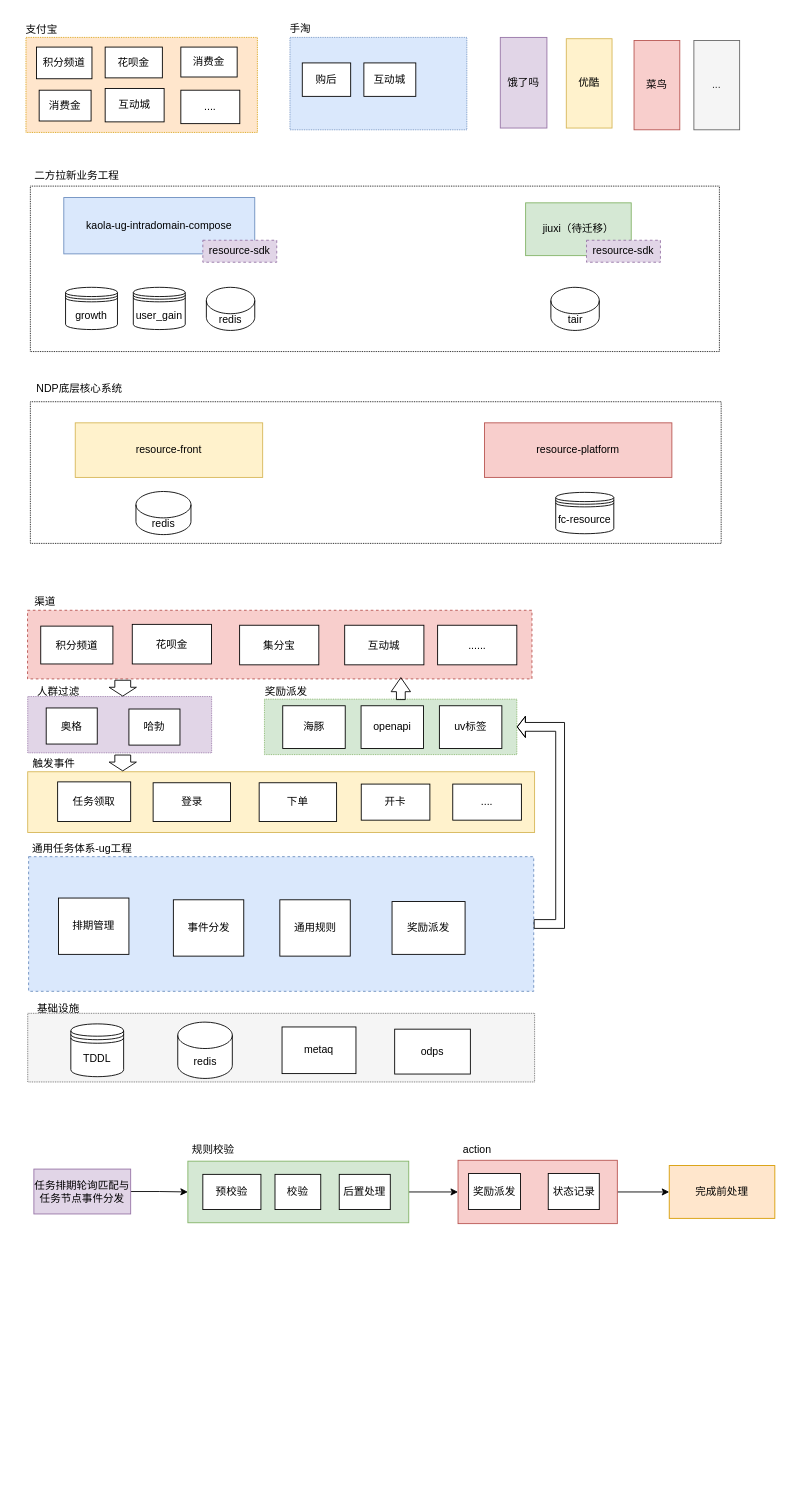
Earlier version of the draw.io diagram 二方拉新架构梳理.drawio (zengnm/diagrams). Source tidied: cells renumbered, new cells numbered last; positions are measured from the earlier drawing's top-left corner, leaving out a move shared by most shapes. Both pictures are drawn from the tidied source at 88%, with x=0, y=0 at pixel (15, 15).
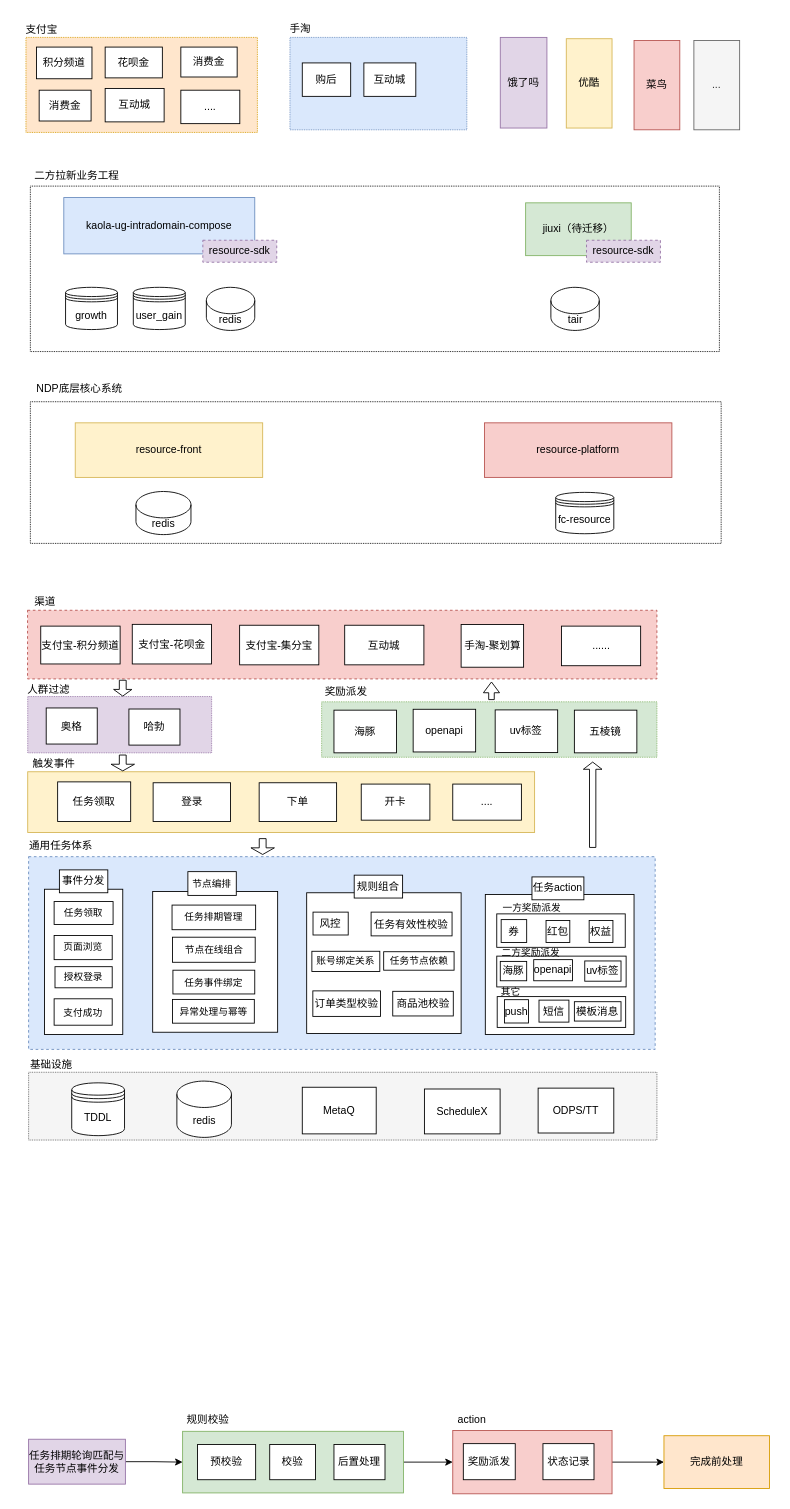
After the change.

Commit message:
Update 二方拉新架构梳理.drawio

What changed in the source:
```diff
@@
     <mxCell id="3" style="rounded=0;whiteSpace=wrap;html=1;fillColor=#d5e8d4;strokeColor=#82b366;" parent="1" vertex="1">
-      <mxGeometry x="196" y="1302" width="251" height="70" as="geometry" />
+      <mxGeometry x="190" y="1609" width="251" height="70" as="geometry" />
     </mxCell>
     <mxCell id="4" style="rounded=0;whiteSpace=wrap;html=1;fillColor=#d5e8d4;strokeColor=#82b366;dashed=1;dashPattern=1 1;" parent="1" vertex="1">
-      <mxGeometry x="283" y="777" width="286.8" height="63" as="geometry" />
+      <mxGeometry x="348" y="780" width="381" height="63" as="geometry" />
     </mxCell>
     <mxCell id="5" style="rounded=0;whiteSpace=wrap;html=1;fillColor=#f5f5f5;fontColor=#333333;strokeColor=#666666;dashed=1;dashPattern=1 1;" parent="1" vertex="1">
-      <mxGeometry x="14" y="1134" width="576" height="78" as="geometry" />
+      <mxGeometry x="15" y="1201" width="714" height="77" as="geometry" />
     </mxCell>
@@
     <mxCell id="39" style="rounded=0;whiteSpace=wrap;html=1;dashed=1;fillColor=#dae8fc;strokeColor=#6c8ebf;" parent="1" vertex="1">
-      <mxGeometry x="15" y="956" width="574" height="153" as="geometry" />
+      <mxGeometry x="15" y="956" width="712" height="219" as="geometry" />
     </mxCell>
     <mxCell id="40" style="rounded=0;whiteSpace=wrap;html=1;dashed=1;fillColor=#f8cecc;strokeColor=#b85450;" parent="1" vertex="1">
-      <mxGeometry x="13.8" y="676" width="573.2" height="78" as="geometry" />
+      <mxGeometry x="13.8" y="676" width="715.2" height="78" as="geometry" />
     </mxCell>
-    <mxCell id="41" value="积分频道" style="rounded=0;whiteSpace=wrap;html=1;fillColor=default;gradientColor=none;" parent="1" vertex="1">
-      <mxGeometry x="28.8" y="694" width="82" height="43" as="geometry" />
+    <mxCell id="41" value="支付宝-积分频道" style="rounded=0;whiteSpace=wrap;html=1;fillColor=default;gradientColor=none;" parent="1" vertex="1">
+      <mxGeometry x="28.8" y="694" width="90.2" height="43" as="geometry" />
     </mxCell>
-    <mxCell id="42" value="花呗金" style="rounded=0;whiteSpace=wrap;html=1;fillColor=default;gradientColor=none;" parent="1" vertex="1">
+    <mxCell id="42" value="支付宝-花呗金" style="rounded=0;whiteSpace=wrap;html=1;fillColor=default;gradientColor=none;" parent="1" vertex="1">
       <mxGeometry x="132.8" y="692" width="90" height="45" as="geometry" />
     </mxCell>
-    <mxCell id="43" value="集分宝" style="rounded=0;whiteSpace=wrap;html=1;fillColor=default;gradientColor=none;" parent="1" vertex="1">
+    <mxCell id="43" value="支付宝-集分宝" style="rounded=0;whiteSpace=wrap;html=1;fillColor=default;gradientColor=none;" parent="1" vertex="1">
       <mxGeometry x="254.8" y="693" width="90" height="45" as="geometry" />
     </mxCell>
@@
     <mxCell id="45" value="......" style="rounded=0;whiteSpace=wrap;html=1;fillColor=default;gradientColor=none;" parent="1" vertex="1">
-      <mxGeometry x="479.8" y="693" width="90" height="45" as="geometry" />
+      <mxGeometry x="620.5" y="694" width="90" height="45" as="geometry" />
     </mxCell>
@@
-    <mxCell id="50" value="通用任务体系-ug工程" style="text;html=1;strokeColor=none;fillColor=none;align=center;verticalAlign=middle;whiteSpace=wrap;rounded=0;" parent="1" vertex="1">
-      <mxGeometry x="15" y="935" width="122" height="23" as="geometry" />
+    <mxCell id="50" value="通用任务体系" style="text;html=1;strokeColor=none;fillColor=none;align=center;verticalAlign=middle;whiteSpace=wrap;rounded=0;" parent="1" vertex="1">
+      <mxGeometry x="14" y="931" width="76" height="25" as="geometry" />
     </mxCell>
-    <mxCell id="51" value="事件分发" style="rounded=0;whiteSpace=wrap;html=1;fillColor=default;gradientColor=none;" parent="1" vertex="1">
-      <mxGeometry x="179.5" y="1005" width="80" height="64" as="geometry" />
+    <mxCell id="51" style="rounded=0;whiteSpace=wrap;html=1;fillColor=default;gradientColor=none;" parent="1" vertex="1">
+      <mxGeometry x="156" y="995.5" width="142" height="160" as="geometry" />
     </mxCell>
-    <mxCell id="52" value="通用规则" style="rounded=0;whiteSpace=wrap;html=1;fillColor=default;gradientColor=none;" parent="1" vertex="1">
-      <mxGeometry x="300.5" y="1005" width="80" height="64" as="geometry" />
+    <mxCell id="52" style="rounded=0;whiteSpace=wrap;html=1;fillColor=default;gradientColor=none;" parent="1" vertex="1">
+      <mxGeometry x="331" y="997" width="175.5" height="160" as="geometry" />
     </mxCell>
-    <mxCell id="53" value="排期管理" style="rounded=0;whiteSpace=wrap;html=1;fillColor=default;gradientColor=none;" parent="1" vertex="1">
-      <mxGeometry x="49" y="1003" width="80" height="64" as="geometry" />
+    <mxCell id="53" style="rounded=0;whiteSpace=wrap;html=1;fillColor=default;gradientColor=none;" parent="1" vertex="1">
+      <mxGeometry x="33" y="993" width="89" height="165" as="geometry" />
     </mxCell>
-    <mxCell id="54" value="奖励派发" style="rounded=0;whiteSpace=wrap;html=1;fillColor=default;gradientColor=none;" parent="1" vertex="1">
-      <mxGeometry x="428" y="1007" width="83" height="60" as="geometry" />
+    <mxCell id="54" style="rounded=0;whiteSpace=wrap;html=1;fillColor=default;gradientColor=none;" parent="1" vertex="1">
+      <mxGeometry x="534" y="999" width="169" height="159" as="geometry" />
     </mxCell>
     <mxCell id="55" value="redis" style="shape=cylinder3;whiteSpace=wrap;html=1;boundedLbl=1;backgroundOutline=1;size=15;fillColor=default;gradientColor=none;" parent="1" vertex="1">
-      <mxGeometry x="184.5" y="1144" width="62" height="64" as="geometry" />
+      <mxGeometry x="183.5" y="1211" width="62" height="64" as="geometry" />
     </mxCell>
-    <mxCell id="56" value="metaq" style="rounded=0;whiteSpace=wrap;html=1;fillColor=default;gradientColor=none;" parent="1" vertex="1">
-      <mxGeometry x="303" y="1149.5" width="84" height="53" as="geometry" />
+    <mxCell id="56" value="MetaQ" style="rounded=0;whiteSpace=wrap;html=1;fillColor=default;gradientColor=none;" parent="1" vertex="1">
+      <mxGeometry x="326" y="1218" width="84" height="53" as="geometry" />
     </mxCell>
     <mxCell id="57" value="TDDL" style="shape=datastore;whiteSpace=wrap;html=1;fillColor=default;gradientColor=none;" parent="1" vertex="1">
-      <mxGeometry x="63" y="1146" width="60" height="60" as="geometry" />
+      <mxGeometry x="64" y="1213" width="60" height="60" as="geometry" />
     </mxCell>
-    <mxCell id="58" value="odps" style="rounded=0;whiteSpace=wrap;html=1;fillColor=default;gradientColor=none;" parent="1" vertex="1">
-      <mxGeometry x="431" y="1152" width="86" height="51" as="geometry" />
+    <mxCell id="58" value="ODPS/TT" style="rounded=0;whiteSpace=wrap;html=1;fillColor=default;gradientColor=none;" parent="1" vertex="1">
+      <mxGeometry x="594" y="1219" width="86" height="51" as="geometry" />
     </mxCell>
@@
     <mxCell id="61" value="基础设施" style="text;html=1;strokeColor=none;fillColor=none;align=center;verticalAlign=middle;whiteSpace=wrap;rounded=0;" parent="1" vertex="1">
-      <mxGeometry x="19" y="1114" width="60" height="30" as="geometry" />
+      <mxGeometry x="11" y="1178" width="60" height="30" as="geometry" />
     </mxCell>
     <mxCell id="62" value="海豚" style="rounded=0;whiteSpace=wrap;html=1;fillColor=default;gradientColor=none;" parent="1" vertex="1">
-      <mxGeometry x="303.8" y="784.5" width="71" height="48.5" as="geometry" />
+      <mxGeometry x="362" y="789.5" width="71" height="48.5" as="geometry" />
     </mxCell>
     <mxCell id="63" value="openapi" style="rounded=0;whiteSpace=wrap;html=1;fillColor=default;gradientColor=none;" parent="1" vertex="1">
-      <mxGeometry x="392.8" y="784.5" width="71" height="48.5" as="geometry" />
+      <mxGeometry x="452" y="788.5" width="71" height="48.5" as="geometry" />
     </mxCell>
     <mxCell id="64" value="uv标签" style="rounded=0;whiteSpace=wrap;html=1;fillColor=default;gradientColor=none;" parent="1" vertex="1">
-      <mxGeometry x="481.8" y="784.5" width="71" height="48.5" as="geometry" />
+      <mxGeometry x="545.2" y="789.2" width="71" height="48.5" as="geometry" />
     </mxCell>
-    <mxCell id="65" style="shape=flexArrow;endArrow=classic;html=1;rounded=0;exitX=1;exitY=0.5;exitDx=0;exitDy=0;edgeStyle=orthogonalEdgeStyle;entryX=1;entryY=0.5;entryDx=0;entryDy=0;endWidth=13;endSize=2.75;" parent="1" edge="1" source="39" target="4">
+    <mxCell id="65" style="shape=flexArrow;endArrow=classic;html=1;rounded=0;edgeStyle=orthogonalEdgeStyle;endWidth=13;endSize=2.4;width=7.2;" parent="1" edge="1">
       <mxGeometry relative="1" as="geometry">
+        <mxPoint x="656" y="946" as="sourcePoint" />
+        <mxPoint x="656" y="848" as="targetPoint" />
         <Array as="points">
-          <mxPoint x="619" y="1033" />
-          <mxPoint x="619" y="809" />
+          <mxPoint x="656" y="946" />
         </Array>
       </mxGeometry>
     </mxCell>
-    <mxCell id="66" style="shape=flexArrow;endArrow=classic;html=1;rounded=0;endWidth=11;endSize=5;" parent="1" edge="1">
+    <mxCell id="66" style="shape=flexArrow;endArrow=classic;html=1;rounded=0;endWidth=11;endSize=3.736842105263158;width=6.315789473684211;" parent="1" edge="1">
       <mxGeometry relative="1" as="geometry">
-        <mxPoint x="438" y="778" as="sourcePoint" />
-        <mxPoint x="438" y="752" as="targetPoint" />
+        <mxPoint x="541" y="778" as="sourcePoint" />
+        <mxPoint x="541" y="757" as="targetPoint" />
       </mxGeometry>
     </mxCell>
@@
     <mxCell id="70" value="人群过滤" style="text;html=1;strokeColor=none;fillColor=none;align=center;verticalAlign=middle;whiteSpace=wrap;rounded=0;" parent="1" vertex="1">
-      <mxGeometry x="19" y="754" width="60" height="30" as="geometry" />
+      <mxGeometry x="8" y="752" width="60" height="30" as="geometry" />
     </mxCell>
     <mxCell id="71" value="奖励派发" style="text;html=1;strokeColor=none;fillColor=none;align=center;verticalAlign=middle;whiteSpace=wrap;rounded=0;" parent="1" vertex="1">
-      <mxGeometry x="278" y="754" width="60" height="30" as="geometry" />
+      <mxGeometry x="346.4" y="754" width="60" height="30" as="geometry" />
     </mxCell>
-    <mxCell id="72" style="shape=flexArrow;endArrow=classic;html=1;rounded=0;endWidth=12;endSize=3;width=18;" parent="1" edge="1">
+    <mxCell id="72" style="shape=flexArrow;endArrow=classic;html=1;rounded=0;endWidth=12;endSize=2.1833333333333336;width=7.777777777777778;" parent="1" edge="1">
       <mxGeometry relative="1" as="geometry">
         <mxPoint x="122" y="755" as="sourcePoint" />
         <mxPoint x="122" y="774" as="targetPoint" />
       </mxGeometry>
     </mxCell>
-    <mxCell id="73" style="shape=flexArrow;endArrow=classic;html=1;rounded=0;endWidth=12;endSize=3;width=18;" parent="1" edge="1">
+    <mxCell id="73" style="shape=flexArrow;endArrow=classic;html=1;rounded=0;endWidth=17.894736842105264;endSize=2.1833333333333336;width=7.777777777777778;" parent="1" edge="1">
       <mxGeometry relative="1" as="geometry">
         <mxPoint x="122" y="840" as="sourcePoint" />
         <mxPoint x="122" y="859" as="targetPoint" />
+        <Array as="points">
+          <mxPoint x="122" y="840" />
+        </Array>
       </mxGeometry>
     </mxCell>
@@
     <mxCell id="76" value="任务排期轮询匹配与任务节点事件分发" style="rounded=0;whiteSpace=wrap;html=1;fillColor=#e1d5e7;strokeColor=#9673a6;" parent="1" vertex="1">
-      <mxGeometry x="21" y="1311" width="110" height="51" as="geometry" />
+      <mxGeometry x="15" y="1618" width="110" height="51" as="geometry" />
     </mxCell>
     <mxCell id="77" value="预校验" style="rounded=0;whiteSpace=wrap;html=1;fillColor=default;gradientColor=none;" parent="1" vertex="1">
-      <mxGeometry x="213" y="1317" width="66" height="40" as="geometry" />
+      <mxGeometry x="207" y="1624" width="66" height="40" as="geometry" />
     </mxCell>
     <mxCell id="78" value="校验" style="rounded=0;whiteSpace=wrap;html=1;fillColor=default;gradientColor=none;" parent="1" vertex="1">
-      <mxGeometry x="295" y="1317" width="52" height="40" as="geometry" />
+      <mxGeometry x="289" y="1624" width="52" height="40" as="geometry" />
     </mxCell>
     <mxCell id="79" value="后置处理" style="rounded=0;whiteSpace=wrap;html=1;fillColor=default;gradientColor=none;" parent="1" vertex="1">
-      <mxGeometry x="368" y="1317" width="58" height="40" as="geometry" />
+      <mxGeometry x="362" y="1624" width="58" height="40" as="geometry" />
     </mxCell>
@@
     <mxCell id="81" style="rounded=0;whiteSpace=wrap;html=1;fillColor=#f8cecc;strokeColor=#b85450;" parent="1" vertex="1">
-      <mxGeometry x="503" y="1301" width="181" height="72" as="geometry" />
+      <mxGeometry x="497" y="1608" width="181" height="72" as="geometry" />
     </mxCell>
     <mxCell id="82" value="规则校验" style="text;html=1;strokeColor=none;fillColor=none;align=center;verticalAlign=middle;whiteSpace=wrap;rounded=0;" parent="1" vertex="1">
-      <mxGeometry x="195" y="1274" width="60" height="30" as="geometry" />
+      <mxGeometry x="189" y="1581" width="60" height="30" as="geometry" />
     </mxCell>
     <mxCell id="83" value="action" style="text;html=1;strokeColor=none;fillColor=none;align=center;verticalAlign=middle;whiteSpace=wrap;rounded=0;" parent="1" vertex="1">
-      <mxGeometry x="494.8" y="1274" width="60" height="30" as="geometry" />
+      <mxGeometry x="488.8" y="1581" width="60" height="30" as="geometry" />
     </mxCell>
     <mxCell id="84" value="奖励派发" style="rounded=0;whiteSpace=wrap;html=1;fillColor=default;gradientColor=none;" parent="1" vertex="1">
-      <mxGeometry x="515" y="1316" width="59" height="41" as="geometry" />
+      <mxGeometry x="509" y="1623" width="59" height="41" as="geometry" />
     </mxCell>
     <mxCell id="85" value="状态记录" style="rounded=0;whiteSpace=wrap;html=1;fillColor=default;gradientColor=none;" parent="1" vertex="1">
-      <mxGeometry x="605.5" y="1316" width="58" height="41" as="geometry" />
+      <mxGeometry x="599.5" y="1623" width="58" height="41" as="geometry" />
     </mxCell>
     <mxCell id="86" value="完成前处理" style="rounded=0;whiteSpace=wrap;html=1;fillColor=#ffe6cc;strokeColor=#d79b00;" parent="1" vertex="1">
-      <mxGeometry x="743" y="1307" width="120" height="60" as="geometry" />
+      <mxGeometry x="737" y="1614" width="120" height="60" as="geometry" />
     </mxCell>
+    <mxCell id="87" value="风控" style="rounded=0;whiteSpace=wrap;html=1;" parent="1" vertex="1">
+      <mxGeometry x="338.2" y="1019" width="40" height="26" as="geometry" />
+    </mxCell>
+    <mxCell id="88" value="商品池校验" style="rounded=0;whiteSpace=wrap;html=1;" parent="1" vertex="1">
+      <mxGeometry x="428.8" y="1109" width="68.8" height="28" as="geometry" />
+    </mxCell>
+    <mxCell id="89" value="任务有效性校验" style="rounded=0;whiteSpace=wrap;html=1;" parent="1" vertex="1">
+      <mxGeometry x="404.2" y="1019" width="92" height="27" as="geometry" />
+    </mxCell>
+    <mxCell id="90" value="订单类型校验" style="rounded=0;whiteSpace=wrap;html=1;" parent="1" vertex="1">
+      <mxGeometry x="338" y="1108.5" width="76.9" height="29" as="geometry" />
+    </mxCell>
+    <mxCell id="91" value="任务action" style="rounded=0;whiteSpace=wrap;html=1;" parent="1" vertex="1">
+      <mxGeometry x="587" y="979" width="59" height="26" as="geometry" />
+    </mxCell>
+    <mxCell id="92" value="规则组合" style="rounded=0;whiteSpace=wrap;html=1;" parent="1" vertex="1">
+      <mxGeometry x="385" y="977" width="55" height="26" as="geometry" />
+    </mxCell>
+    <mxCell id="93" style="rounded=0;whiteSpace=wrap;html=1;" parent="1" vertex="1">
+      <mxGeometry x="547" y="1021" width="146" height="38" as="geometry" />
+    </mxCell>
+    <mxCell id="94" value="&lt;font style=&quot;font-size: 11px&quot;&gt;一方奖励派发&lt;/font&gt;" style="text;html=1;strokeColor=none;fillColor=none;align=center;verticalAlign=middle;whiteSpace=wrap;rounded=0;fontSize=9;" parent="1" vertex="1">
+      <mxGeometry x="547" y="1007" width="80" height="14" as="geometry" />
+    </mxCell>
+    <mxCell id="95" style="rounded=0;whiteSpace=wrap;html=1;" parent="1" vertex="1">
+      <mxGeometry x="547" y="1069" width="147" height="35" as="geometry" />
+    </mxCell>
+    <mxCell id="96" value="券" style="rounded=0;whiteSpace=wrap;html=1;" parent="1" vertex="1">
+      <mxGeometry x="552" y="1027.5" width="29" height="26" as="geometry" />
+    </mxCell>
+    <mxCell id="97" value="红包" style="rounded=0;whiteSpace=wrap;html=1;" parent="1" vertex="1">
+      <mxGeometry x="603" y="1028.5" width="27" height="25" as="geometry" />
+    </mxCell>
+    <mxCell id="98" value="权益" style="rounded=0;whiteSpace=wrap;html=1;" parent="1" vertex="1">
+      <mxGeometry x="652" y="1028.5" width="27" height="25" as="geometry" />
+    </mxCell>
+    <mxCell id="99" value="海豚" style="rounded=0;whiteSpace=wrap;html=1;" parent="1" vertex="1">
+      <mxGeometry x="551" y="1075" width="30" height="22" as="geometry" />
+    </mxCell>
+    <mxCell id="100" value="openapi" style="rounded=0;whiteSpace=wrap;html=1;" parent="1" vertex="1">
+      <mxGeometry x="589" y="1073" width="44" height="24" as="geometry" />
+    </mxCell>
+    <mxCell id="101" value="uv标签" style="rounded=0;whiteSpace=wrap;html=1;" parent="1" vertex="1">
+      <mxGeometry x="647" y="1074.5" width="41.2" height="23" as="geometry" />
+    </mxCell>
+    <mxCell id="102" style="rounded=0;whiteSpace=wrap;html=1;" parent="1" vertex="1">
+      <mxGeometry x="547.5" y="1115" width="146" height="35" as="geometry" />
+    </mxCell>
+    <mxCell id="103" value="push" style="rounded=0;whiteSpace=wrap;html=1;" parent="1" vertex="1">
+      <mxGeometry x="555.8" y="1118.5" width="27.2" height="26.5" as="geometry" />
+    </mxCell>
+    <mxCell id="104" value="短信" style="rounded=0;whiteSpace=wrap;html=1;" parent="1" vertex="1">
+      <mxGeometry x="595" y="1119" width="34" height="25" as="geometry" />
+    </mxCell>
+    <mxCell id="105" value="模板消息" style="rounded=0;whiteSpace=wrap;html=1;" parent="1" vertex="1">
+      <mxGeometry x="635.2" y="1120.8" width="53" height="22" as="geometry" />
+    </mxCell>
+    <mxCell id="106" value="二方奖励派发" style="text;html=1;strokeColor=none;fillColor=none;align=center;verticalAlign=middle;whiteSpace=wrap;rounded=0;fontSize=11;" parent="1" vertex="1">
+      <mxGeometry x="547" y="1059" width="78" height="11" as="geometry" />
+    </mxCell>
+    <mxCell id="107" value="其它" style="text;html=1;strokeColor=none;fillColor=none;align=center;verticalAlign=middle;whiteSpace=wrap;rounded=0;fontSize=11;" parent="1" vertex="1">
+      <mxGeometry x="547" y="1104" width="32" height="11" as="geometry" />
+    </mxCell>
+    <mxCell id="108" value="账号绑定关系" style="rounded=0;whiteSpace=wrap;html=1;fontSize=11;" parent="1" vertex="1">
+      <mxGeometry x="336.9" y="1063.5" width="77.2" height="23" as="geometry" />
+    </mxCell>
+    <mxCell id="109" value="任务节点依赖" style="rounded=0;whiteSpace=wrap;html=1;fontSize=11;" parent="1" vertex="1">
+      <mxGeometry x="418.5" y="1064" width="80" height="21" as="geometry" />
+    </mxCell>
+    <mxCell id="110" value="&lt;span style=&quot;font-size: 12px&quot;&gt;事件分发&lt;/span&gt;" style="rounded=0;whiteSpace=wrap;html=1;fontSize=11;" parent="1" vertex="1">
+      <mxGeometry x="50" y="971" width="55" height="26" as="geometry" />
+    </mxCell>
+    <mxCell id="111" value="任务领取" style="rounded=0;whiteSpace=wrap;html=1;fontSize=11;" parent="1" vertex="1">
+      <mxGeometry x="44" y="1007" width="67" height="26" as="geometry" />
+    </mxCell>
+    <mxCell id="112" value="页面浏览" style="rounded=0;whiteSpace=wrap;html=1;fontSize=11;" parent="1" vertex="1">
+      <mxGeometry x="44" y="1045.5" width="66" height="27.5" as="geometry" />
+    </mxCell>
+    <mxCell id="113" value="支付成功" style="rounded=0;whiteSpace=wrap;html=1;fontSize=11;" parent="1" vertex="1">
+      <mxGeometry x="44" y="1117.5" width="66" height="30" as="geometry" />
+    </mxCell>
+    <mxCell id="114" value="授权登录" style="rounded=0;whiteSpace=wrap;html=1;fontSize=11;" parent="1" vertex="1">
+      <mxGeometry x="45" y="1081" width="65" height="24" as="geometry" />
+    </mxCell>
+    <mxCell id="115" value="节点编排" style="rounded=0;whiteSpace=wrap;html=1;fontSize=11;" parent="1" vertex="1">
+      <mxGeometry x="196" y="973" width="55" height="27" as="geometry" />
+    </mxCell>
+    <mxCell id="116" value="任务事件绑定" style="rounded=0;whiteSpace=wrap;html=1;fontSize=11;" parent="1" vertex="1">
+      <mxGeometry x="179" y="1085" width="93" height="27" as="geometry" />
+    </mxCell>
+    <mxCell id="117" value="任务排期管理" style="rounded=0;whiteSpace=wrap;html=1;fontSize=11;" parent="1" vertex="1">
+      <mxGeometry x="178" y="1011" width="95" height="28" as="geometry" />
+    </mxCell>
+    <mxCell id="118" value="节点在线组合" style="rounded=0;whiteSpace=wrap;html=1;fontSize=11;" parent="1" vertex="1">
+      <mxGeometry x="178.5" y="1047.5" width="94" height="28.5" as="geometry" />
+    </mxCell>
+    <mxCell id="119" value="异常处理与幂等" style="rounded=0;whiteSpace=wrap;html=1;fontSize=11;" parent="1" vertex="1">
+      <mxGeometry x="178.5" y="1118.2" width="93" height="27" as="geometry" />
+    </mxCell>
+    <mxCell id="120" style="shape=flexArrow;endArrow=classic;html=1;rounded=0;endWidth=17.894736842105264;endSize=2.1833333333333336;width=7.777777777777778;" parent="1" edge="1">
+      <mxGeometry relative="1" as="geometry">
+        <mxPoint x="281" y="935" as="sourcePoint" />
+        <mxPoint x="281" y="954" as="targetPoint" />
+        <Array as="points">
+          <mxPoint x="281" y="935" />
+        </Array>
+      </mxGeometry>
+    </mxCell>
+    <mxCell id="121" value="五棱镜" style="rounded=0;whiteSpace=wrap;html=1;fillColor=default;gradientColor=none;" parent="1" vertex="1">
+      <mxGeometry x="635.2" y="789.5" width="71" height="48.5" as="geometry" />
+    </mxCell>
+    <mxCell id="122" value="手淘-聚划算" style="rounded=0;whiteSpace=wrap;html=1;fillColor=default;gradientColor=none;" parent="1" vertex="1">
+      <mxGeometry x="506.5" y="692.2" width="71" height="48.5" as="geometry" />
+    </mxCell>
+    <mxCell id="123" value="ScheduleX" style="rounded=0;whiteSpace=wrap;html=1;fillColor=default;gradientColor=none;" parent="1" vertex="1">
+      <mxGeometry x="464.8" y="1220" width="86" height="51" as="geometry" />
+    </mxCell>
```
